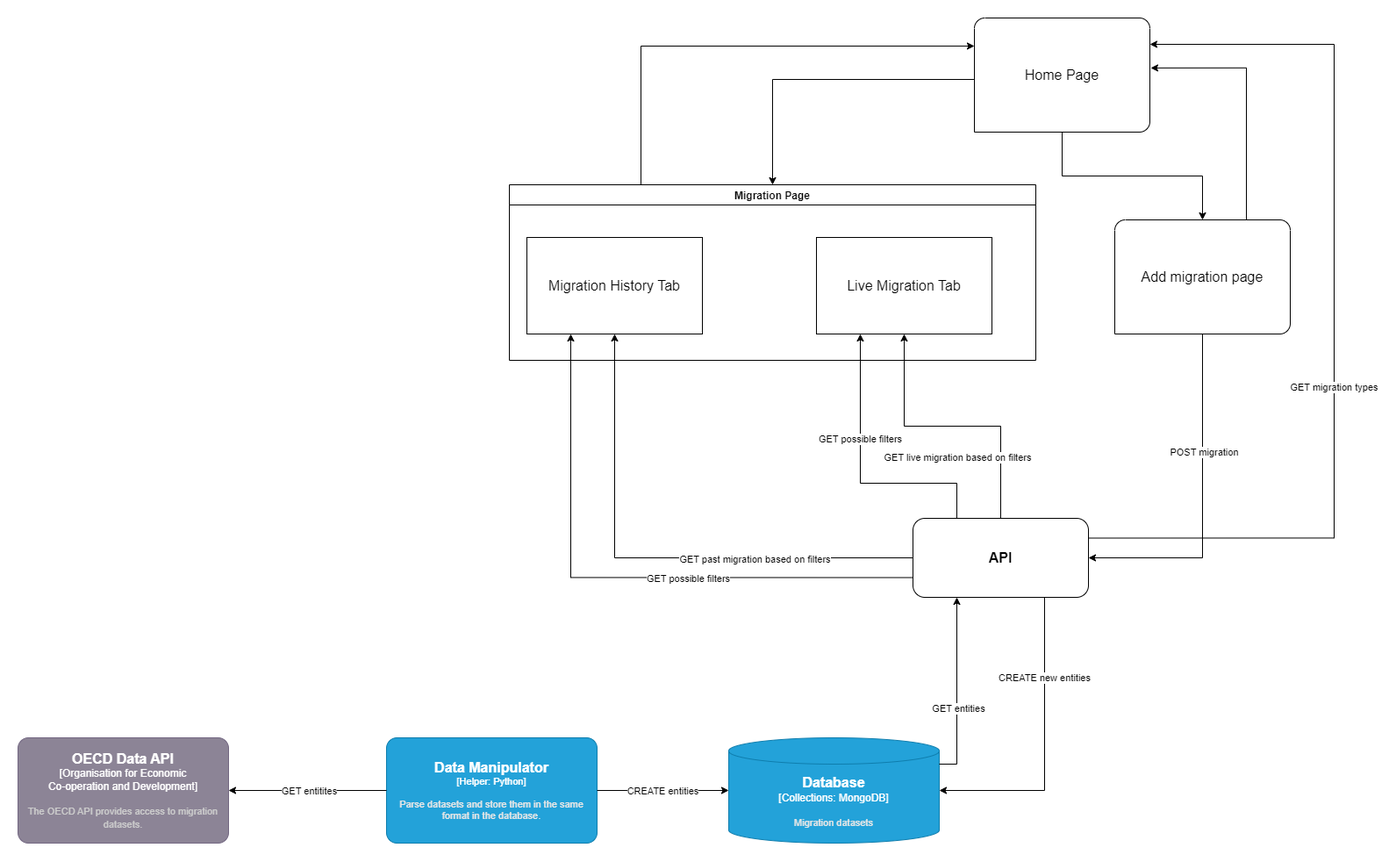
Earlier version of the draw.io export Architecture/Detailed_overview.png (tavi2105/WADe23_PlanetExpress). Source tidied: cells renumbered, new cells last; positions are measured from the earlier drawing's top-left corner, leaving out a move shared by most shapes.
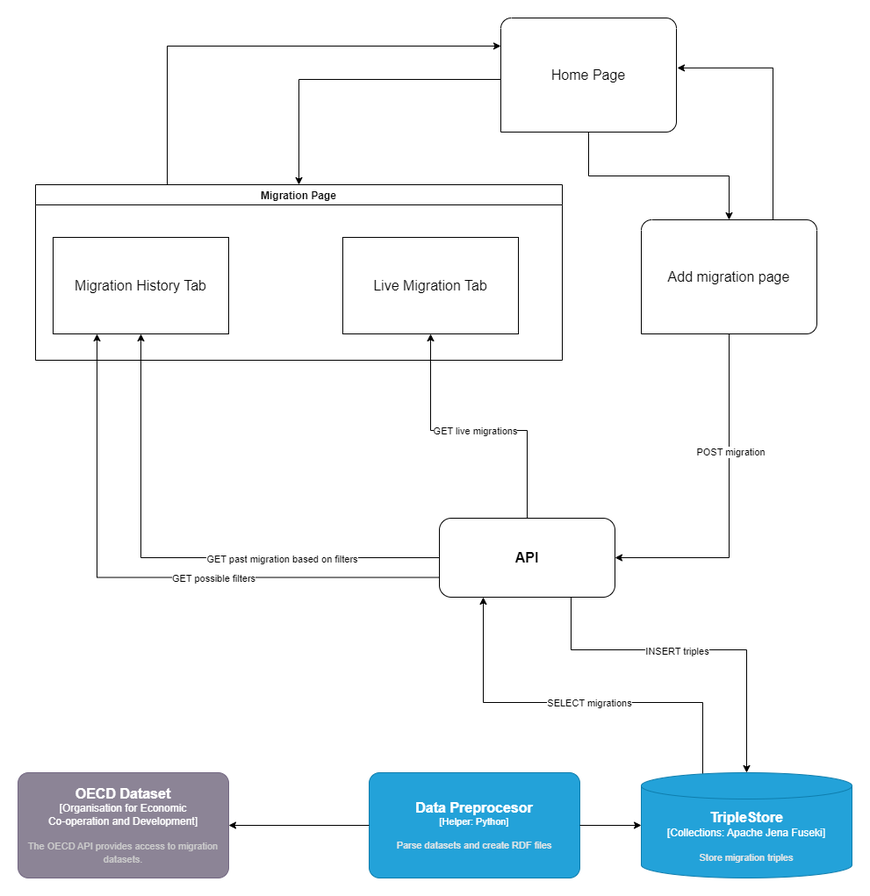
The same file after the commit.

Change to the diagram source:
```diff
@@ -2,35 +2,6 @@
   <root>
     <mxCell id="0" />
     <mxCell id="1" parent="0" />
-    <object id="2" label="&lt;font style=&quot;font-size: 16px&quot;&gt;&lt;b&gt;%c4Type%&lt;/b&gt;&lt;/font&gt;&lt;div&gt;[%c4Container%:&amp;nbsp;%c4Technology%]&lt;/div&gt;&lt;br&gt;&lt;div&gt;&lt;font style=&quot;font-size: 11px&quot;&gt;&lt;font color=&quot;#E6E6E6&quot;&gt;%c4Description%&lt;/font&gt;&lt;/div&gt;" c4Container="Collections" c4Description="Migration datasets" c4Technology="MongoDB" c4Type="Database" placeholders="1">
-      <mxCell style="shape=cylinder3;size=15;whiteSpace=wrap;html=1;boundedLbl=1;rounded=0;labelBackgroundColor=none;fillColor=#23A2D9;fontSize=12;fontColor=#ffffff;align=center;strokeColor=#0E7DAD;points=[[0.5,0,0],[1,0.25,0],[1,0.5,0],[1,0.75,0],[0.5,1,0],[0,0.75,0],[0,0.5,0],[0,0.25,0]];" parent="1" vertex="1">
-        <mxGeometry x="810" y="820" width="240" height="120" as="geometry" />
-      </mxCell>
-    </object>
-    <object id="3" label="&lt;font style=&quot;font-size: 16px&quot;&gt;&lt;b&gt;%c4Name%&lt;/b&gt;&lt;/font&gt;&lt;div&gt;[%c4Type%: %c4Technology%]&lt;/div&gt;&lt;br&gt;&lt;div&gt;&lt;font style=&quot;font-size: 11px&quot;&gt;&lt;font color=&quot;#E6E6E6&quot;&gt;%c4Description%&lt;/font&gt;&lt;/div&gt;" c4Description="Parse datasets and store them in the same format in the database." c4Name="Data Manipulator" c4Technology="Python" c4Type="Helper" placeholders="1">
-      <mxCell style="rounded=1;whiteSpace=wrap;html=1;fontSize=11;labelBackgroundColor=none;fillColor=#23A2D9;fontColor=#ffffff;align=center;arcSize=10;strokeColor=#0E7DAD;points=[[0.25,0,0],[0.5,0,0],[0.75,0,0],[1,0.25,0],[1,0.5,0],[1,0.75,0],[0.75,1,0],[0.5,1,0],[0.25,1,0],[0,0.75,0],[0,0.5,0],[0,0.25,0]];" parent="1" vertex="1">
-        <mxGeometry x="420" y="820" width="240" height="120" as="geometry" />
-      </mxCell>
-    </object>
-    <mxCell id="4" style="edgeStyle=orthogonalEdgeStyle;rounded=0;jettySize=auto;html=1;entryX=0;entryY=0.5;entryDx=0;entryDy=0;entryPerimeter=0;" parent="1" edge="1" source="3" target="2">
-      <mxGeometry relative="1" as="geometry" />
-    </mxCell>
-    <mxCell id="5" value="CREATE entities" style="edgeLabel;html=1;align=center;verticalAlign=middle;" parent="4" vertex="1">
-      <mxGeometry x="-0.01" y="-2" relative="1" as="geometry">
-        <mxPoint y="-2" as="offset" />
-      </mxGeometry>
-    </mxCell>
-    <object id="6" label="&lt;font style=&quot;font-size: 16px&quot;&gt;&lt;b&gt;%c4Name%&lt;/b&gt;&lt;/font&gt;&lt;div&gt;[%c4Type%]&lt;/div&gt;&lt;br&gt;&lt;div&gt;&lt;font style=&quot;font-size: 11px&quot;&gt;&lt;font color=&quot;#cccccc&quot;&gt;%c4Description%&lt;/font&gt;&lt;/div&gt;" c4Description="The OECD API provides access to migration datasets." c4Name="OECD Data API" c4Type="Organisation for Economic&#10;Co-operation and Development" placeholders="1">
-      <mxCell style="rounded=1;whiteSpace=wrap;html=1;labelBackgroundColor=none;fillColor=#8C8496;fontColor=#ffffff;align=center;arcSize=10;strokeColor=#736782;points=[[0.25,0,0],[0.5,0,0],[0.75,0,0],[1,0.25,0],[1,0.5,0],[1,0.75,0],[0.75,1,0],[0.5,1,0],[0.25,1,0],[0,0.75,0],[0,0.5,0],[0,0.25,0]];" parent="1" vertex="1">
-        <mxGeometry y="820" width="240" height="120" as="geometry" />
-      </mxCell>
-    </object>
-    <mxCell id="7" style="edgeStyle=orthogonalEdgeStyle;rounded=0;jettySize=auto;html=1;entryX=1;entryY=0.5;entryDx=0;entryDy=0;entryPerimeter=0;" parent="1" edge="1" source="3" target="6">
-      <mxGeometry relative="1" as="geometry" />
-    </mxCell>
-    <mxCell id="8" value="GET entitites" style="edgeLabel;html=1;align=center;verticalAlign=middle;" parent="7" vertex="1">
-      <mxGeometry x="-0.01" relative="1" as="geometry" />
-    </mxCell>
     <mxCell id="9" style="group;" parent="1" vertex="1">
       <mxGeometry x="1090" width="200" height="130" as="geometry" />
     </mxCell>
@@ -64,44 +35,21 @@
       <mxGeometry x="580" y="250" width="200" height="110" as="geometry" />
     </mxCell>
     <mxCell id="17" style="edgeStyle=orthogonalEdgeStyle;rounded=0;jettySize=auto;html=1;exitX=0.5;exitY=0;exitDx=0;exitDy=0;" parent="1" edge="1" source="23" target="22">
-      <mxGeometry relative="1" as="geometry" />
+      <mxGeometry relative="1" as="geometry">
+        <Array as="points">
+          <mxPoint x="1120" y="470" />
+          <mxPoint x="1010" y="470" />
+        </Array>
+      </mxGeometry>
     </mxCell>
-    <mxCell id="18" style="edgeStyle=orthogonalEdgeStyle;rounded=0;jettySize=auto;html=1;exitX=0.25;exitY=0;exitDx=0;exitDy=0;entryX=0.25;entryY=1;entryDx=0;entryDy=0;" parent="1" edge="1" source="23" target="22">
-      <mxGeometry relative="1" as="geometry">
-        <Array as="points">
-          <mxPoint x="1070" y="530" />
-          <mxPoint x="960" y="530" />
-        </Array>
-      </mxGeometry>
-    </mxCell>
-    <mxCell id="19" value="GET possible filters" style="edgeLabel;html=1;align=center;verticalAlign=middle;" parent="18" vertex="1">
-      <mxGeometry x="0.15" y="1" relative="1" as="geometry">
-        <mxPoint y="-16" as="offset" />
-      </mxGeometry>
-    </mxCell>
-    <mxCell id="20" style="edgeStyle=orthogonalEdgeStyle;rounded=0;jettySize=auto;html=1;exitX=1;exitY=0.25;exitDx=0;exitDy=0;" parent="1" edge="1" source="23">
-      <mxGeometry relative="1" as="geometry">
-        <mxPoint x="1290" y="30" as="targetPoint" />
-        <Array as="points">
-          <mxPoint x="1500" y="592" />
-          <mxPoint x="1500" y="30" />
-          <mxPoint x="1290" y="30" />
-        </Array>
-      </mxGeometry>
-    </mxCell>
-    <mxCell id="21" value="GET migration types" style="edgeLabel;html=1;align=center;verticalAlign=middle;" parent="20" vertex="1">
-      <mxGeometry x="-0.3" y="1" relative="1" as="geometry">
-        <mxPoint y="-82" as="offset" />
-      </mxGeometry>
-    </mxCell>
     <mxCell id="22" value="&lt;font style=&quot;font-size: 16px;&quot;&gt;Live Migration Tab&lt;/font&gt;" style="rounded=0;whiteSpace=wrap;html=1;" parent="1" vertex="1">
       <mxGeometry x="910" y="250" width="200" height="110" as="geometry" />
     </mxCell>
     <mxCell id="23" value="&lt;font style=&quot;font-size: 16px;&quot;&gt;&lt;b&gt;API&lt;/b&gt;&lt;/font&gt;" style="rounded=1;whiteSpace=wrap;html=1;" parent="1" vertex="1">
       <mxGeometry x="1020" y="570" width="200" height="90" as="geometry" />
     </mxCell>
-    <mxCell id="24" value="GET live migration based on filters" style="edgeLabel;html=1;align=center;verticalAlign=middle;" parent="1" vertex="1">
-      <mxGeometry x="1070" y="500" as="geometry" />
+    <mxCell id="24" value="GET live migrations" style="edgeLabel;html=1;align=center;verticalAlign=middle;" parent="1" vertex="1">
+      <mxGeometry x="1060" y="470" as="geometry" />
     </mxCell>
     <mxCell id="25" style="group;" parent="1" vertex="1">
       <mxGeometry x="1250" y="230" width="200" height="130" as="geometry" />
@@ -127,23 +75,32 @@
         <mxPoint y="-37" as="offset" />
       </mxGeometry>
     </mxCell>
-    <mxCell id="31" style="edgeStyle=orthogonalEdgeStyle;rounded=0;jettySize=auto;html=1;strokeColor=default;exitX=1;exitY=0.25;exitDx=0;exitDy=0;exitPerimeter=0;entryX=0.25;entryY=1;entryDx=0;entryDy=0;" parent="1" edge="1" source="2" target="23">
+    <mxCell id="31" style="edgeStyle=orthogonalEdgeStyle;rounded=0;jettySize=auto;html=1;strokeColor=default;entryX=0.25;entryY=1;entryDx=0;entryDy=0;exitX=0.296;exitY=0.025;exitDx=0;exitDy=0;exitPerimeter=0;" parent="1" edge="1" source="2" target="23">
       <mxGeometry relative="1" as="geometry">
         <Array as="points">
-          <mxPoint x="1070" y="850" />
+          <mxPoint x="1320" y="863" />
+          <mxPoint x="1320" y="780" />
+          <mxPoint x="1070" y="780" />
         </Array>
       </mxGeometry>
     </mxCell>
-    <mxCell id="32" value="GET entities" style="edgeLabel;html=1;align=center;verticalAlign=middle;" parent="31" vertex="1">
+    <mxCell id="32" value="SELECT&amp;nbsp;migrations" style="edgeLabel;html=1;align=center;verticalAlign=middle;" parent="31" vertex="1">
       <mxGeometry x="-0.32" y="-1" relative="1" as="geometry">
-        <mxPoint y="-12" as="offset" />
+        <mxPoint x="-59" y="1" as="offset" />
       </mxGeometry>
     </mxCell>
-    <mxCell id="33" style="edgeStyle=orthogonalEdgeStyle;rounded=0;jettySize=auto;html=1;exitX=0.75;exitY=1;exitDx=0;exitDy=0;entryX=1;entryY=0.5;entryDx=0;entryDy=0;entryPerimeter=0;" parent="1" edge="1" source="23" target="2">
-      <mxGeometry relative="1" as="geometry" />
+    <mxCell id="33" style="edgeStyle=orthogonalEdgeStyle;rounded=0;jettySize=auto;html=1;exitX=0.75;exitY=1;exitDx=0;exitDy=0;entryX=0.5;entryY=0;entryDx=0;entryDy=0;entryPerimeter=0;" parent="1" edge="1" source="23" target="2">
+      <mxGeometry relative="1" as="geometry">
+        <Array as="points">
+          <mxPoint x="1170" y="720" />
+          <mxPoint x="1370" y="720" />
+        </Array>
+      </mxGeometry>
     </mxCell>
-    <mxCell id="34" value="CREATE new entities" style="edgeLabel;html=1;align=center;verticalAlign=middle;" parent="33" vertex="1">
-      <mxGeometry x="-0.46" y="-1" relative="1" as="geometry" />
+    <mxCell id="34" value="INSERT triples" style="edgeLabel;html=1;align=center;verticalAlign=middle;" parent="33" vertex="1">
+      <mxGeometry x="-0.46" y="-1" relative="1" as="geometry">
+        <mxPoint x="72" as="offset" />
+      </mxGeometry>
     </mxCell>
     <mxCell id="35" value="Migration Page" style="swimlane;" parent="1" vertex="1">
       <mxGeometry x="560" y="190" width="600" height="200" as="geometry" />
@@ -165,5 +122,26 @@
         </Array>
       </mxGeometry>
     </mxCell>
+    <object id="2" label="&lt;font style=&quot;font-size: 16px&quot;&gt;&lt;b&gt;%c4Type%&lt;/b&gt;&lt;/font&gt;&lt;div&gt;[%c4Container%:&amp;nbsp;%c4Technology%]&lt;/div&gt;&lt;br&gt;&lt;div&gt;&lt;font style=&quot;font-size: 11px&quot;&gt;&lt;font color=&quot;#E6E6E6&quot;&gt;%c4Description%&lt;/font&gt;&lt;/div&gt;" c4Container="Collections" c4Description="Store migration triples" c4Technology="Apache Jena Fuseki" c4Type="TripleStore" placeholders="1">
+      <mxCell style="shape=cylinder3;size=15;whiteSpace=wrap;html=1;boundedLbl=1;rounded=0;labelBackgroundColor=none;fillColor=#23A2D9;fontSize=12;fontColor=#ffffff;align=center;strokeColor=#0E7DAD;points=[[0.5,0,0],[1,0.25,0],[1,0.5,0],[1,0.75,0],[0.5,1,0],[0,0.75,0],[0,0.5,0],[0,0.25,0]];" parent="1" vertex="1">
+        <mxGeometry x="1250" y="860" width="240" height="120" as="geometry" />
+      </mxCell>
+    </object>
+    <object id="3" label="&lt;font style=&quot;font-size: 16px&quot;&gt;&lt;b&gt;%c4Name%&lt;/b&gt;&lt;/font&gt;&lt;div&gt;[%c4Type%: %c4Technology%]&lt;/div&gt;&lt;br&gt;&lt;div&gt;&lt;font style=&quot;font-size: 11px&quot;&gt;&lt;font color=&quot;#E6E6E6&quot;&gt;%c4Description%&lt;/font&gt;&lt;/div&gt;" c4Description="Parse datasets and create RDF files" c4Name="Data Preprocesor" c4Technology="Python" c4Type="Helper" placeholders="1">
+      <mxCell style="rounded=1;whiteSpace=wrap;html=1;fontSize=11;labelBackgroundColor=none;fillColor=#23A2D9;fontColor=#ffffff;align=center;arcSize=10;strokeColor=#0E7DAD;points=[[0.25,0,0],[0.5,0,0],[0.75,0,0],[1,0.25,0],[1,0.5,0],[1,0.75,0],[0.75,1,0],[0.5,1,0],[0.25,1,0],[0,0.75,0],[0,0.5,0],[0,0.25,0]];" parent="1" vertex="1">
+        <mxGeometry x="940" y="860" width="240" height="120" as="geometry" />
+      </mxCell>
+    </object>
+    <mxCell id="4" style="edgeStyle=orthogonalEdgeStyle;rounded=0;jettySize=auto;html=1;entryX=0;entryY=0.5;entryDx=0;entryDy=0;entryPerimeter=0;" parent="1" edge="1" source="3" target="2">
+      <mxGeometry relative="1" as="geometry" />
+    </mxCell>
+    <object id="6" label="&lt;font style=&quot;font-size: 16px&quot;&gt;&lt;b&gt;%c4Name%&lt;/b&gt;&lt;/font&gt;&lt;div&gt;[%c4Type%]&lt;/div&gt;&lt;br&gt;&lt;div&gt;&lt;font style=&quot;font-size: 11px&quot;&gt;&lt;font color=&quot;#cccccc&quot;&gt;%c4Description%&lt;/font&gt;&lt;/div&gt;" c4Description="The OECD API provides access to migration datasets." c4Name="OECD Dataset" c4Type="Organisation for Economic&#10;Co-operation and Development" placeholders="1">
+      <mxCell style="rounded=1;whiteSpace=wrap;html=1;labelBackgroundColor=none;fillColor=#8C8496;fontColor=#ffffff;align=center;arcSize=10;strokeColor=#736782;points=[[0.25,0,0],[0.5,0,0],[0.75,0,0],[1,0.25,0],[1,0.5,0],[1,0.75,0],[0.75,1,0],[0.5,1,0],[0.25,1,0],[0,0.75,0],[0,0.5,0],[0,0.25,0]];" parent="1" vertex="1">
+        <mxGeometry x="540" y="860" width="240" height="120" as="geometry" />
+      </mxCell>
+    </object>
+    <mxCell id="7" style="edgeStyle=orthogonalEdgeStyle;rounded=0;jettySize=auto;html=1;entryX=1;entryY=0.5;entryDx=0;entryDy=0;entryPerimeter=0;" parent="1" edge="1" source="3" target="6">
+      <mxGeometry relative="1" as="geometry" />
+    </mxCell>
   </root>
 </mxGraphModel>
```
